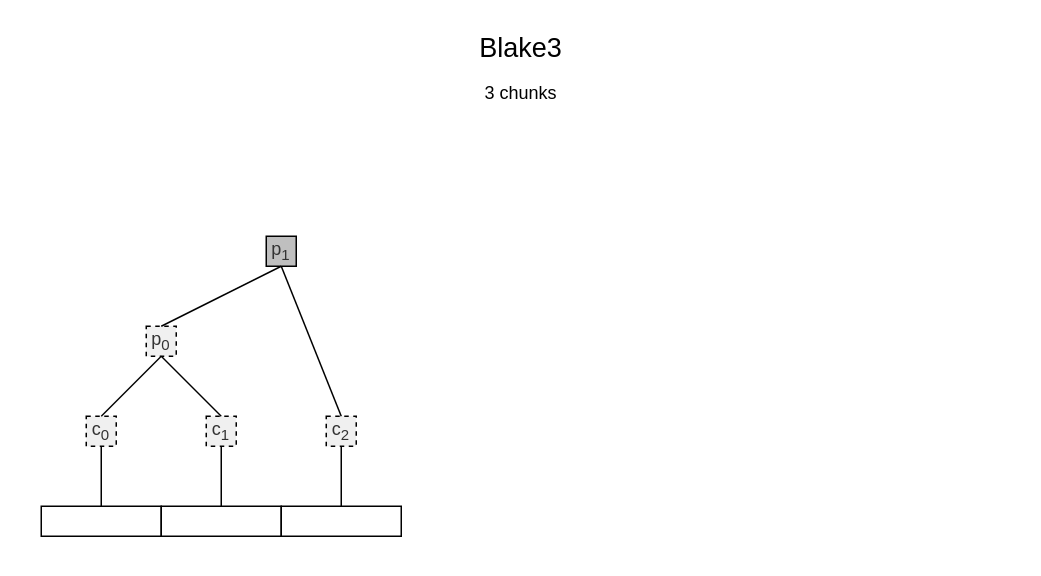
This is page "Blake-3" (3 of 26) of blake-tree.drawio from rklaehn/ipfs-embed-ipfs-camp-2022, a draw.io file, before an edit. Source tidied: cells renumbered, new cells numbered last; positions are measured from the earlier drawing's top-left corner, leaving out a move shared by most shapes. Both pictures are drawn from the tidied source at 150%, with x=0, y=0 at pixel (26, 26).
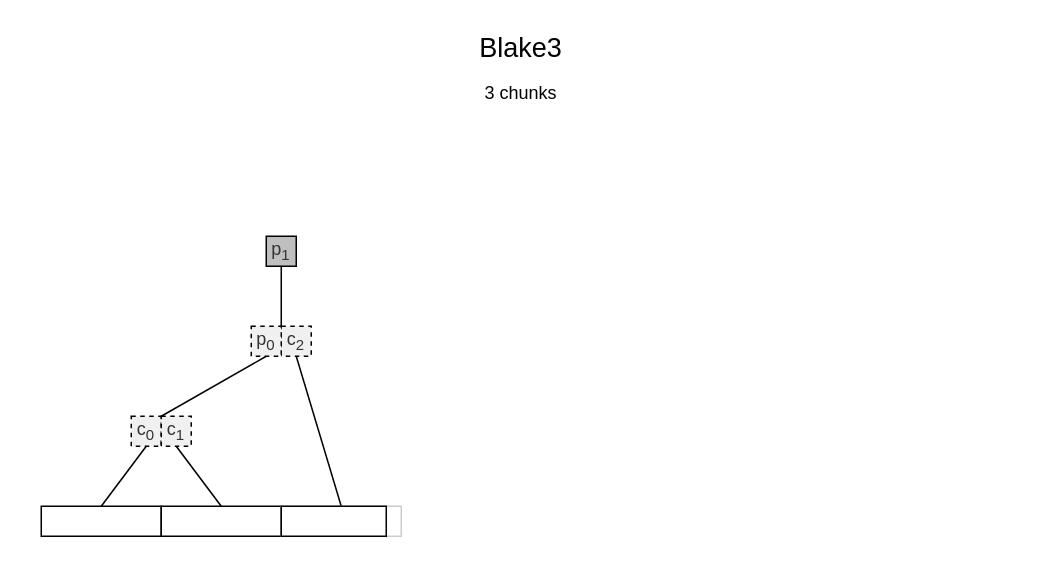
After the change.

The change refers to these unchanged cells:
```xml
<mxCell id="15" value="p&lt;sub&gt;1&lt;/sub&gt;" style="whiteSpace=wrap;html=1;fillColor=#BFBFBF;strokeColor=#000000;fontColor=#333333;" parent="1" vertex="1">
  <mxGeometry x="160" y="140" width="20" height="20" as="geometry" />
</mxCell>
```

Change to the diagram source:
```diff
@@
-    <mxCell id="2" style="rounded=0;whiteSpace=wrap;html=1;fillColor=#FFFFFF;strokeColor=none;" parent="1" vertex="1">
-      <mxGeometry width="660" height="350" as="geometry" />
-    </mxCell>
+    <mxCell id="20" style="rounded=0;whiteSpace=wrap;html=1;strokeColor=none;" parent="1" vertex="1">
+      <mxGeometry width="660" height="350" as="geometry" />
+    </mxCell>
@@
     <mxCell id="5" value="c&lt;sub&gt;0&lt;/sub&gt;" style="whiteSpace=wrap;html=1;fillColor=#F0F0F0;strokeColor=#000000;fontColor=#333333;dashed=1;" parent="1" vertex="1">
-      <mxGeometry x="40" y="260" width="20" height="20" as="geometry" />
+      <mxGeometry x="70" y="260" width="20" height="20" as="geometry" />
     </mxCell>
@@
     <mxCell id="9" value="c&lt;sub&gt;1&lt;/sub&gt;" style="whiteSpace=wrap;html=1;fillColor=#F0F0F0;strokeColor=#000000;fontColor=#333333;dashed=1;" parent="1" vertex="1">
-      <mxGeometry x="120" y="260" width="20" height="20" as="geometry" />
+      <mxGeometry x="90" y="260" width="20" height="20" as="geometry" />
     </mxCell>
@@
-    <mxCell id="11" style="rounded=0;whiteSpace=wrap;html=1;" parent="1" vertex="1">
-      <mxGeometry x="170" y="320" width="80" height="20" as="geometry" />
-    </mxCell>
     <mxCell id="12" value="c&lt;sub&gt;2&lt;/sub&gt;" style="whiteSpace=wrap;html=1;fillColor=#F0F0F0;strokeColor=#000000;fontColor=#333333;dashed=1;" parent="1" vertex="1">
-      <mxGeometry x="200" y="260" width="20" height="20" as="geometry" />
+      <mxGeometry x="170" y="200" width="20" height="20" as="geometry" />
     </mxCell>
-    <mxCell id="13" style="endArrow=none;html=1;rounded=0;fontSize=18;entryX=0.5;entryY=1;entryDx=0;entryDy=0;exitX=0.5;exitY=0;exitDx=0;exitDy=0;" parent="1" edge="1" source="11" target="12">
-      <mxGeometry relative="1" as="geometry" />
+    <mxCell id="13" style="endArrow=none;html=1;rounded=0;fontSize=18;entryX=0.5;entryY=1;entryDx=0;entryDy=0;exitX=0.5;exitY=0;exitDx=0;exitDy=0;" parent="1" edge="1" target="12">
+      <mxGeometry relative="1" as="geometry">
+        <mxPoint x="210" y="320" as="sourcePoint" />
+      </mxGeometry>
     </mxCell>
     <mxCell id="14" value="p&lt;sub&gt;0&lt;/sub&gt;" style="whiteSpace=wrap;html=1;fillColor=#F0F0F0;strokeColor=#000000;fontColor=#333333;dashed=1;" parent="1" vertex="1">
-      <mxGeometry x="80" y="200" width="20" height="20" as="geometry" />
+      <mxGeometry x="150" y="200" width="20" height="20" as="geometry" />
     </mxCell>
@@
-    <mxCell id="16" style="endArrow=none;html=1;rounded=0;fontSize=18;entryX=0.5;entryY=1;entryDx=0;entryDy=0;exitX=0.5;exitY=0;exitDx=0;exitDy=0;" parent="1" edge="1" source="14" target="15">
+    <mxCell id="16" style="endArrow=none;html=1;rounded=0;strokeColor=#000000;entryX=0.5;entryY=1;entryDx=0;entryDy=0;exitX=1;exitY=0;exitDx=0;exitDy=0;" parent="1" edge="1" source="14" target="15">
       <mxGeometry relative="1" as="geometry" />
     </mxCell>
-    <mxCell id="17" style="endArrow=none;html=1;rounded=0;fontSize=18;entryX=0.5;entryY=1;entryDx=0;entryDy=0;exitX=0.5;exitY=0;exitDx=0;exitDy=0;" parent="1" edge="1" source="5" target="14">
-      <mxGeometry relative="1" as="geometry" />
-    </mxCell>
-    <mxCell id="18" style="endArrow=none;html=1;rounded=0;fontSize=18;exitX=0.5;exitY=0;exitDx=0;exitDy=0;" parent="1" edge="1" source="9">
-      <mxGeometry relative="1" as="geometry">
-        <mxPoint x="90" y="220" as="targetPoint" />
-      </mxGeometry>
-    </mxCell>
-    <mxCell id="19" style="endArrow=none;html=1;rounded=0;fontSize=18;entryX=0.5;entryY=1;entryDx=0;entryDy=0;exitX=0.5;exitY=0;exitDx=0;exitDy=0;" parent="1" edge="1" source="12" target="15">
-      <mxGeometry relative="1" as="geometry" />
-    </mxCell>
+    <mxCell id="21" style="endArrow=none;html=1;rounded=0;strokeColor=#000000;entryX=0.5;entryY=1;entryDx=0;entryDy=0;exitX=0;exitY=0;exitDx=0;exitDy=0;" parent="1" edge="1" source="9" target="14">
+      <mxGeometry relative="1" as="geometry" />
+    </mxCell>
+    <mxCell id="22" style="rounded=0;whiteSpace=wrap;html=1;strokeColor=#CCCCCC;" parent="1" vertex="1">
+      <mxGeometry x="170" y="320" width="80" height="20" as="geometry" />
+    </mxCell>
+    <mxCell id="23" style="rounded=0;whiteSpace=wrap;html=1;strokeColor=#000000;fillColor=#FFFFFF;" parent="1" vertex="1">
+      <mxGeometry x="170" y="320" width="70" height="20" as="geometry" />
+    </mxCell>
```
